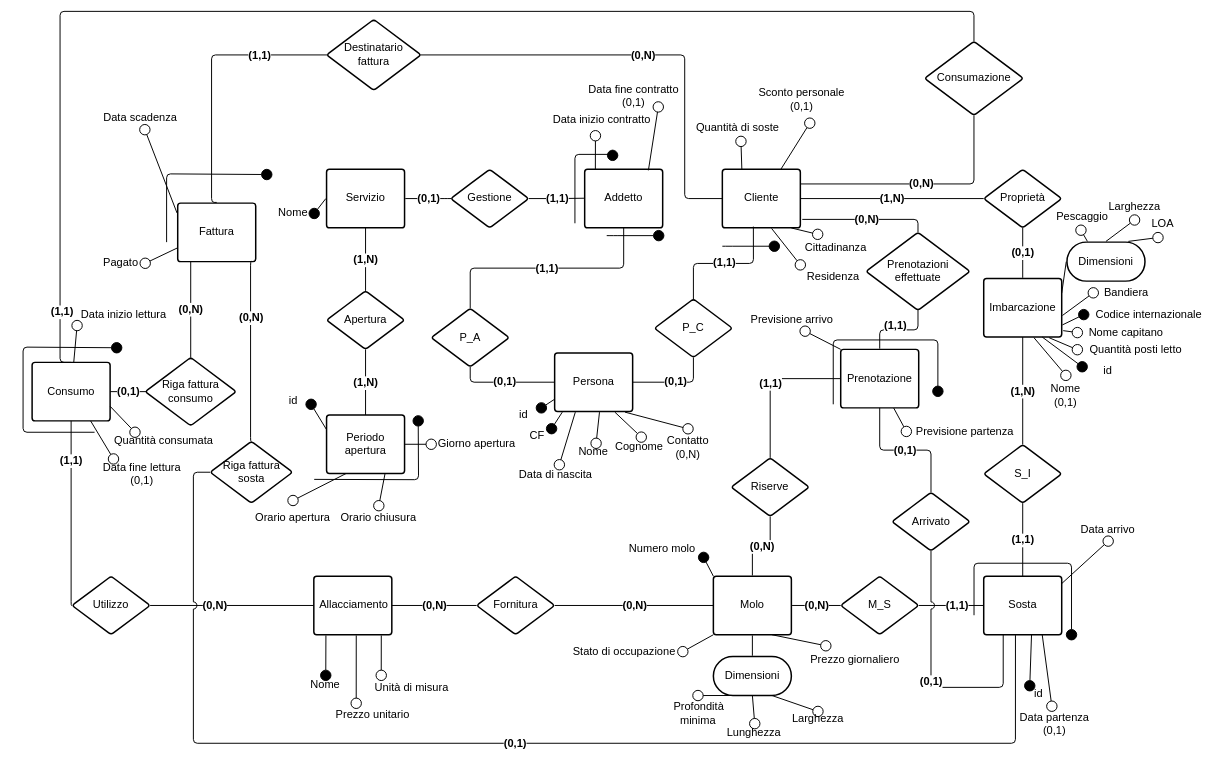
Above: page "Logico" (2 of 3) of src_relazione_tex/img/Er todo test final.drawio in alessandro-massarenti/Progetto-basi-di-dati-2022 (draw.io), before the change. Source tidied: cells renumbered, new cells numbered last; positions are measured from the earlier drawing's top-left corner, leaving out a move shared by most shapes. Both pictures are drawn from the tidied source at 65%, with x=0, y=0 at pixel (23, 11).
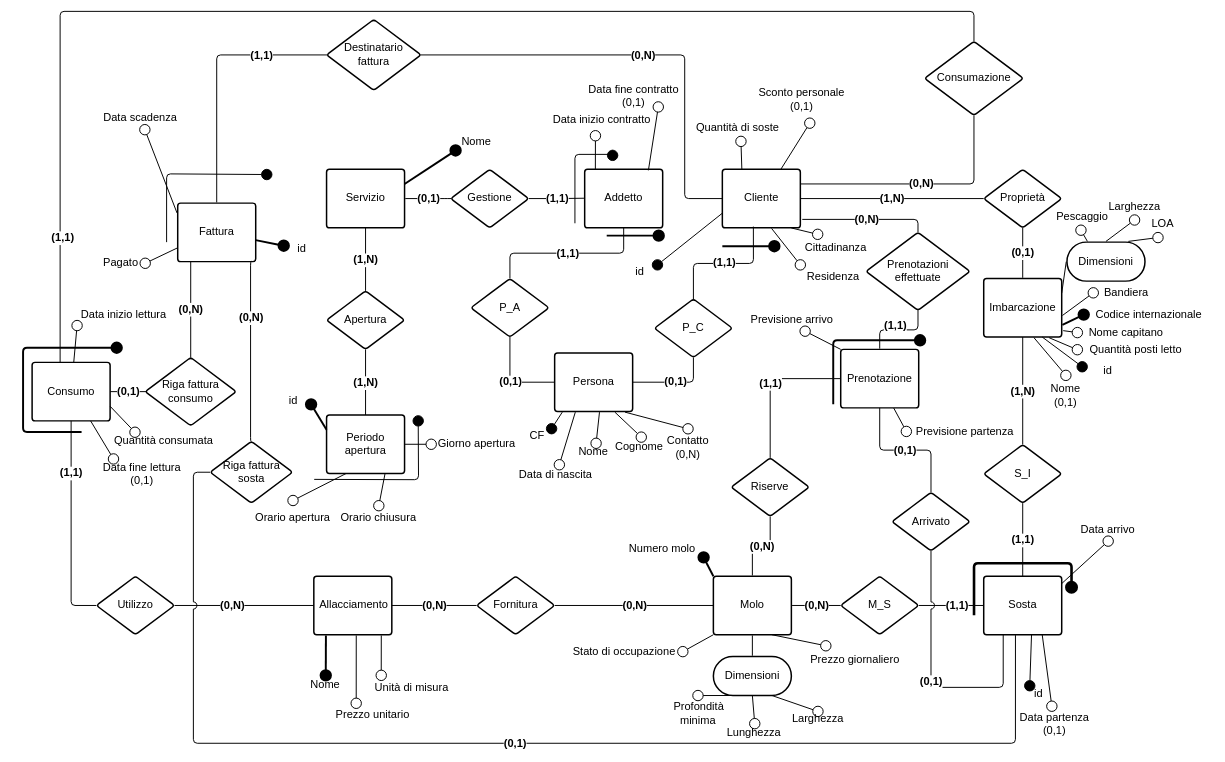
After the change.

Commit message:
Grassettate le chiavi primarie

Unchanged cells that the change refers to:
```xml
<mxCell id="3" value="Codice internazionale" style="html=1;overflow=block;blockSpacing=1;whiteSpace=wrap;fontSize=17;fontColor=#000000;spacing=0;fillColor=none;strokeWidth=1.5;strokeColor=none;verticalAlign=middle;" parent="1" vertex="1">
  <mxGeometry x="1631.8" y="453" width="200" height="27" as="geometry" />
</mxCell>
<mxCell id="9" value="Nome" style="html=1;overflow=block;blockSpacing=1;whiteSpace=wrap;fontSize=17;fontColor=#000000;spacing=0;fillColor=none;strokeWidth=1.5;strokeColor=none;" parent="1" vertex="1">
  <mxGeometry x="433.3" y="1021.5" width="64" height="31" as="geometry" />
</mxCell>
<mxCell id="31" value="Molo" style="html=1;overflow=block;blockSpacing=1;whiteSpace=wrap;fontSize=17;fontColor=#000000;spacing=9;strokeColor=#000000;strokeOpacity=100;rounded=1;absoluteArcSize=1;arcSize=9;strokeWidth=2.3;" parent="1" vertex="1">
  <mxGeometry x="1062" y="869" width="120" height="90" as="geometry" />
</mxCell>
<mxCell id="32" value="Allacciamento" style="html=1;overflow=block;blockSpacing=1;whiteSpace=wrap;fontSize=17;fontColor=#000000;spacing=9;strokeColor=#000000;strokeOpacity=100;rounded=1;absoluteArcSize=1;arcSize=9;strokeWidth=2.3;" parent="1" vertex="1">
  <mxGeometry x="447.3" y="869" width="120" height="90" as="geometry" />
</mxCell>
<mxCell id="33" value="Imbarcazione" style="html=1;overflow=block;blockSpacing=1;whiteSpace=wrap;fontSize=17;fontColor=#000000;spacing=9;strokeColor=#000000;strokeOpacity=100;rounded=1;absoluteArcSize=1;arcSize=9;strokeWidth=2.3;" parent="1" vertex="1">
  <mxGeometry x="1477.9" y="411" width="120" height="90" as="geometry" />
</mxCell>
<mxCell id="34" value="Cliente" style="html=1;overflow=block;blockSpacing=1;whiteSpace=wrap;fontSize=17;fontColor=#000000;spacing=9;strokeColor=#000000;strokeOpacity=100;rounded=1;absoluteArcSize=1;arcSize=9;strokeWidth=2.3;" parent="1" vertex="1">
  <mxGeometry x="1075.8" y="243" width="120" height="90" as="geometry" />
</mxCell>
<mxCell id="36" value="Servizio" style="html=1;overflow=block;blockSpacing=1;whiteSpace=wrap;fontSize=17;fontColor=#000000;spacing=9;strokeColor=#000000;strokeOpacity=100;rounded=1;absoluteArcSize=1;arcSize=9;strokeWidth=2.3;" parent="1" vertex="1">
  <mxGeometry x="466.9" y="243" width="120" height="90" as="geometry" />
</mxCell>
<mxCell id="37" value="Persona" style="html=1;overflow=block;blockSpacing=1;whiteSpace=wrap;fontSize=17;fontColor=#000000;spacing=9;strokeColor=#000000;strokeOpacity=100;rounded=1;absoluteArcSize=1;arcSize=9;strokeWidth=2.3;" parent="1" vertex="1">
  <mxGeometry x="817.8" y="525.5" width="120" height="90" as="geometry" />
</mxCell>
<mxCell id="110" value="Fattura" style="html=1;overflow=block;blockSpacing=1;whiteSpace=wrap;fontSize=17;fontColor=#000000;spacing=9;strokeColor=#000000;strokeOpacity=100;rounded=1;absoluteArcSize=1;arcSize=9;strokeWidth=2.3;" parent="1" vertex="1">
  <mxGeometry x="237.9" y="295" width="120" height="90" as="geometry" />
</mxCell>
<mxCell id="114" value="Destinatario fattura" style="html=1;overflow=block;blockSpacing=1;whiteSpace=wrap;rhombus;fontSize=17;fontColor=#000000;spacing=3.8;strokeColor=#000000;strokeOpacity=100;rounded=1;absoluteArcSize=1;arcSize=9;strokeWidth=2.3;" parent="1" vertex="1">
  <mxGeometry x="466.9" y="12.5" width="145.3" height="109" as="geometry" />
</mxCell>
<mxCell id="119" value="Consumo" style="html=1;overflow=block;blockSpacing=1;whiteSpace=wrap;fontSize=17;fontColor=#000000;spacing=9;strokeColor=#000000;strokeOpacity=100;rounded=1;absoluteArcSize=1;arcSize=9;strokeWidth=2.3;fillColor=none;" parent="1" vertex="1">
  <mxGeometry x="13.9" y="540" width="120" height="90" as="geometry" />
</mxCell>
<mxCell id="123" value="Consumazione" style="html=1;overflow=block;blockSpacing=1;whiteSpace=wrap;rhombus;fontSize=17;fontColor=#000000;spacing=3.8;strokeColor=#000000;strokeOpacity=100;rounded=1;absoluteArcSize=1;arcSize=9;strokeWidth=2.3;" parent="1" vertex="1">
  <mxGeometry x="1386.9" y="46" width="152" height="114" as="geometry" />
</mxCell>
<mxCell id="140" value="Numero molo" style="html=1;overflow=block;blockSpacing=1;whiteSpace=wrap;fontSize=17;fontColor=#000000;spacing=0;fillColor=none;strokeWidth=1.5;strokeColor=none;" parent="1" vertex="1">
  <mxGeometry x="920" y="815" width="127" height="25" as="geometry" />
</mxCell>
<mxCell id="154" value="Periodo apertura" style="html=1;overflow=block;blockSpacing=1;whiteSpace=wrap;fontSize=17;fontColor=#000000;spacing=9;strokeColor=#000000;strokeOpacity=100;rounded=1;absoluteArcSize=1;arcSize=9;strokeWidth=2.3;" parent="1" vertex="1">
  <mxGeometry x="466.9" y="621" width="120" height="90" as="geometry" />
</mxCell>
<mxCell id="188" value="id" style="html=1;overflow=block;blockSpacing=1;whiteSpace=wrap;fontSize=17;fontColor=#000000;spacing=0;fillColor=none;strokeWidth=1.5;strokeColor=none;" parent="1" vertex="1">
  <mxGeometry x="387.6" y="588" width="55.5" height="22" as="geometry" />
</mxCell>
```

Change to the diagram source:
```diff
@@
     <mxCell id="27" value="Nome" style="html=1;overflow=block;blockSpacing=1;whiteSpace=wrap;fontSize=17;fontColor=#000000;spacing=0;fillColor=#ffffff;strokeWidth=1.5;strokeColor=none;" parent="1" vertex="1">
-      <mxGeometry x="382.9" y="297.5" width="65" height="27" as="geometry" />
+      <mxGeometry x="665.4" y="187" width="65" height="27" as="geometry" />
     </mxCell>
@@
-    <mxCell id="46" style="html=1;jettySize=18;whiteSpace=wrap;fontSize=17;strokeColor=#000000;strokeWidth=1.5;rounded=1;arcSize=12;startArrow=none;endArrow=oval;endFill=1;endSize=16;exitX=1.009;exitY=0.793;exitPerimeter=0;entryX=0;entryY=0.5;entryDx=0;entryDy=0;" parent="1" edge="1" source="33" target="3">
+    <mxCell id="46" style="html=1;jettySize=18;whiteSpace=wrap;fontSize=17;strokeColor=#000000;strokeWidth=3;rounded=1;arcSize=12;startArrow=none;endArrow=oval;endFill=1;endSize=16;exitX=1.009;exitY=0.793;exitPerimeter=0;entryX=0;entryY=0.5;entryDx=0;entryDy=0;" parent="1" edge="1" source="33" target="3">
       <mxGeometry relative="1" as="geometry" />
     </mxCell>
@@
-    <mxCell id="74" style="html=1;jettySize=18;whiteSpace=wrap;fontSize=17;strokeColor=#000000;strokeWidth=1.5;rounded=1;arcSize=12;startArrow=none;endArrow=oval;endFill=1;endSize=16;exitX=-0.009;exitY=0.5;exitPerimeter=0;entryX=1;entryY=0.497;entryPerimeter=0;" parent="1" edge="1" source="36" target="27">
+    <mxCell id="74" style="html=1;jettySize=18;whiteSpace=wrap;fontSize=17;strokeColor=#000000;strokeWidth=3;rounded=1;arcSize=12;startArrow=none;endArrow=oval;endFill=1;endSize=16;exitX=1;exitY=0.25;entryX=0;entryY=1;exitDx=0;exitDy=0;entryDx=0;entryDy=0;" parent="1" edge="1" source="36" target="27">
       <mxGeometry relative="1" as="geometry" />
     </mxCell>
@@
-    <mxCell id="86" style="html=1;jettySize=18;whiteSpace=wrap;fontSize=17;strokeColor=#000000;strokeWidth=1.5;rounded=1;arcSize=12;startArrow=none;endArrow=oval;endFill=1;endSize=16;exitX=0.155;exitY=1.012;exitPerimeter=0;entryX=0.506;entryY=0;entryPerimeter=0;" parent="1" edge="1" source="32" target="9">
+    <mxCell id="86" style="html=1;jettySize=18;whiteSpace=wrap;fontSize=17;strokeColor=#000000;strokeWidth=3;rounded=1;arcSize=12;startArrow=none;endArrow=oval;endFill=1;endSize=16;exitX=0.155;exitY=1.012;exitPerimeter=0;entryX=0.506;entryY=0;entryPerimeter=0;" parent="1" edge="1" source="32" target="9">
       <mxGeometry relative="1" as="geometry" />
     </mxCell>
@@
     <mxCell id="115" style="html=1;jettySize=18;whiteSpace=wrap;fontSize=17;strokeColor=#000000;strokeWidth=1.5;rounded=1;arcSize=12;edgeStyle=orthogonalEdgeStyle;startArrow=none;endArrow=none;exitX=0.5;exitY=-0.012;exitPerimeter=0;entryX=0.009;entryY=0.5;entryPerimeter=0;" parent="1" edge="1" source="110" target="114">
       <mxGeometry relative="1" as="geometry">
         <Array as="points">
-          <mxPoint x="290" y="294" />
-          <mxPoint x="290" y="67" />
+          <mxPoint x="298" y="67" />
         </Array>
       </mxGeometry>
     </mxCell>
@@
-    <mxCell id="126" style="html=1;jettySize=18;whiteSpace=wrap;fontSize=17;fontColor=#000000;fontStyle=1;strokeColor=#000000;strokeWidth=1.5;rounded=1;arcSize=12;edgeStyle=orthogonalEdgeStyle;startArrow=none;endArrow=none;exitX=0.5;exitY=0.004;exitPerimeter=0;entryX=0.5;entryY=0;entryDx=0;entryDy=0;" parent="1" edge="1" source="123" target="119">
+    <mxCell id="126" style="html=1;jettySize=18;whiteSpace=wrap;fontSize=17;fontColor=#000000;fontStyle=1;strokeColor=#000000;strokeWidth=1.5;rounded=1;arcSize=12;edgeStyle=orthogonalEdgeStyle;startArrow=none;endArrow=none;exitX=0.5;exitY=0.004;exitPerimeter=0;" parent="1" edge="1" source="123">
       <mxGeometry relative="1" as="geometry">
+        <mxPoint x="57" y="540" as="targetPoint" />
         <Array as="points">
           <mxPoint x="1462.9" />
           <mxPoint x="56.9" />
         </Array>
       </mxGeometry>
     </mxCell>
     <mxCell id="127" value="(1,1)" style="text;html=1;labelBackgroundColor=default;align=center;verticalAlign=middle;fontStyle=1;fontColor=#000000;fontSize=17;" parent="126" vertex="1">
       <mxGeometry relative="1" as="geometry">
-        <mxPoint x="-445" y="462" as="offset" />
+        <mxPoint x="-453" y="348" as="offset" />
       </mxGeometry>
     </mxCell>
@@
     <mxCell id="135" value="Utilizzo" style="html=1;overflow=block;blockSpacing=1;whiteSpace=wrap;rhombus;fontSize=17;fontColor=#000000;spacing=3.8;strokeColor=#000000;strokeOpacity=100;rounded=1;absoluteArcSize=1;arcSize=9;strokeWidth=2.3;" parent="1" vertex="1">
-      <mxGeometry x="75.4" y="869" width="120" height="90" as="geometry" />
+      <mxGeometry x="112.9" y="869" width="120" height="90" as="geometry" />
     </mxCell>
@@
-    <mxCell id="141" style="html=1;jettySize=18;whiteSpace=wrap;fontSize=17;strokeColor=#000000;strokeWidth=1.5;rounded=1;arcSize=12;startArrow=none;endArrow=oval;endFill=1;endSize=16;entryX=1;entryY=1;entryDx=0;entryDy=0;exitX=0;exitY=0;exitDx=0;exitDy=0;" parent="1" edge="1" source="31" target="140">
+    <mxCell id="141" style="html=1;jettySize=18;whiteSpace=wrap;fontSize=17;strokeColor=#000000;strokeWidth=3;rounded=1;arcSize=12;startArrow=none;endArrow=oval;endFill=1;endSize=16;entryX=1;entryY=1;entryDx=0;entryDy=0;exitX=0;exitY=0;exitDx=0;exitDy=0;" parent="1" edge="1" source="31" target="140">
       <mxGeometry relative="1" as="geometry" />
     </mxCell>
-    <mxCell id="142" style="html=1;jettySize=18;whiteSpace=wrap;fontSize=17;strokeColor=#000000;strokeWidth=1.5;rounded=1;arcSize=12;startArrow=none;endArrow=oval;endFill=1;endSize=16;edgeStyle=orthogonalEdgeStyle;" parent="1" edge="1">
+    <mxCell id="142" style="html=1;jettySize=18;whiteSpace=wrap;fontSize=17;strokeColor=#000000;strokeWidth=3;rounded=1;arcSize=12;startArrow=none;endArrow=oval;endFill=1;endSize=16;edgeStyle=orthogonalEdgeStyle;" parent="1" edge="1">
       <mxGeometry relative="1" as="geometry">
         <mxPoint x="1246.4" y="604.5" as="sourcePoint" />
-        <mxPoint x="1407.4" y="584.5" as="targetPoint" />
+        <mxPoint x="1380" y="506" as="targetPoint" />
         <Array as="points">
-          <mxPoint x="1407.4" y="505.5" />
+          <mxPoint x="1246" y="506" />
         </Array>
       </mxGeometry>
     </mxCell>
@@
-    <mxCell id="150" style="html=1;jettySize=18;whiteSpace=wrap;fontSize=17;strokeColor=#000000;strokeWidth=1.5;rounded=1;arcSize=12;edgeStyle=orthogonalEdgeStyle;startArrow=none;endArrow=oval;endFill=1;endSize=16;" parent="1" edge="1">
+    <mxCell id="150" style="html=1;jettySize=18;whiteSpace=wrap;fontSize=17;strokeColor=#000000;strokeWidth=3;rounded=1;arcSize=12;edgeStyle=orthogonalEdgeStyle;startArrow=none;endArrow=oval;endFill=1;endSize=16;" parent="1" edge="1">
       <mxGeometry relative="1" as="geometry">
-        <mxPoint x="110" y="647.5" as="sourcePoint" />
+        <mxPoint x="90" y="647" as="sourcePoint" />
         <mxPoint x="144" y="517.5" as="targetPoint" />
         <Array as="points">
-          <mxPoint x="110" y="647.5" />
-          <mxPoint y="647.5" />
-          <mxPoint y="516.5" />
-          <mxPoint x="144" y="516.5" />
+          <mxPoint y="647" />
+          <mxPoint y="517" />
         </Array>
       </mxGeometry>
     </mxCell>
-    <mxCell id="151" style="html=1;jettySize=18;whiteSpace=wrap;fontSize=17;strokeColor=#000000;strokeWidth=1.5;rounded=1;arcSize=12;startArrow=none;endArrow=oval;endFill=1;endSize=16;edgeStyle=orthogonalEdgeStyle;" parent="1" edge="1">
+    <mxCell id="151" style="html=1;jettySize=18;whiteSpace=wrap;fontSize=17;strokeColor=#000000;strokeWidth=4;rounded=1;arcSize=12;startArrow=none;endArrow=oval;endFill=1;endSize=16;edgeStyle=orthogonalEdgeStyle;shadow=0;" parent="1" edge="1">
       <mxGeometry relative="1" as="geometry">
         <mxPoint x="1463" y="929" as="sourcePoint" />
-        <mxPoint x="1613" y="959" as="targetPoint" />
+        <mxPoint x="1613" y="886" as="targetPoint" />
         <Array as="points">
           <mxPoint x="1613" y="849" />
         </Array>
       </mxGeometry>
     </mxCell>
@@
     <mxCell id="171" value="P_A" style="html=1;overflow=block;blockSpacing=1;whiteSpace=wrap;rhombus;fontSize=17;fontColor=#000000;spacing=3.8;strokeColor=#000000;strokeOpacity=100;rounded=1;absoluteArcSize=1;arcSize=9;strokeWidth=2.3;" parent="1" vertex="1">
-      <mxGeometry x="627.9" y="457" width="120" height="90" as="geometry" />
+      <mxGeometry x="689" y="411" width="120" height="90" as="geometry" />
     </mxCell>
@@
-    <mxCell id="183" style="html=1;jettySize=18;whiteSpace=wrap;fontSize=17;strokeColor=#000000;strokeWidth=1.5;rounded=1;arcSize=12;startArrow=none;endArrow=oval;endFill=1;endSize=16;exitX=0.002;exitY=0.789;exitPerimeter=0;entryX=1;entryY=0;exitDx=0;exitDy=0;entryDx=0;entryDy=0;" parent="1" edge="1" source="37" target="184">
+    <mxCell id="183" style="html=1;jettySize=18;whiteSpace=wrap;fontSize=17;strokeColor=#000000;strokeWidth=1.5;rounded=1;arcSize=12;startArrow=none;endArrow=oval;endFill=1;endSize=16;exitX=0;exitY=0.75;entryX=1;entryY=0;exitDx=0;exitDy=0;entryDx=0;entryDy=0;" parent="1" edge="1" source="34" target="184">
       <mxGeometry relative="1" as="geometry" />
     </mxCell>
     <mxCell id="184" value="id" style="html=1;overflow=block;blockSpacing=1;whiteSpace=wrap;fontSize=17;fontColor=#000000;spacing=0;fillColor=none;strokeWidth=1.5;strokeColor=none;" parent="1" vertex="1">
-      <mxGeometry x="741.9" y="610" width="55.5" height="22" as="geometry" />
+      <mxGeometry x="920.5" y="390" width="55.5" height="22" as="geometry" />
     </mxCell>
-    <mxCell id="185" style="html=1;jettySize=18;whiteSpace=wrap;fontSize=17;strokeColor=#000000;strokeWidth=1.5;rounded=1;arcSize=12;edgeStyle=orthogonalEdgeStyle;startArrow=none;endArrow=oval;endFill=1;endSize=16;" parent="1" edge="1">
+    <mxCell id="185" style="html=1;jettySize=18;whiteSpace=wrap;fontSize=17;strokeColor=#000000;strokeWidth=3;rounded=1;arcSize=12;edgeStyle=orthogonalEdgeStyle;startArrow=none;endArrow=oval;endFill=1;endSize=16;" parent="1" edge="1">
       <mxGeometry relative="1" as="geometry">
         <mxPoint x="897.9" y="345" as="sourcePoint" />
         <mxPoint x="977.9" y="345" as="targetPoint" />
         <Array as="points">
           <mxPoint x="907.9" y="345" />
           <mxPoint x="907.9" y="345" />
         </Array>
       </mxGeometry>
     </mxCell>
-    <mxCell id="186" style="html=1;jettySize=18;whiteSpace=wrap;fontSize=17;strokeColor=#000000;strokeWidth=1.5;rounded=1;arcSize=12;edgeStyle=orthogonalEdgeStyle;startArrow=none;endArrow=oval;endFill=1;endSize=16;" parent="1" edge="1">
+    <mxCell id="186" style="html=1;jettySize=18;whiteSpace=wrap;fontSize=17;strokeColor=#000000;strokeWidth=3;rounded=1;arcSize=12;edgeStyle=orthogonalEdgeStyle;startArrow=none;endArrow=oval;endFill=1;endSize=16;" parent="1" edge="1">
       <mxGeometry relative="1" as="geometry">
         <mxPoint x="1075.8" y="361.3" as="sourcePoint" />
         <mxPoint x="1155.8" y="361.3" as="targetPoint" />
         <Array as="points">
           <mxPoint x="1085.8" y="361.3" />
           <mxPoint x="1085.8" y="361.3" />
         </Array>
       </mxGeometry>
     </mxCell>
-    <mxCell id="187" style="html=1;jettySize=18;whiteSpace=wrap;fontSize=17;strokeColor=#000000;strokeWidth=1.5;rounded=1;arcSize=12;startArrow=none;endArrow=oval;endFill=1;endSize=16;exitX=0;exitY=0.25;exitDx=0;exitDy=0;entryX=1;entryY=0.75;entryDx=0;entryDy=0;" parent="1" edge="1" source="154" target="188">
+    <mxCell id="187" style="html=1;jettySize=18;whiteSpace=wrap;fontSize=17;strokeColor=#000000;strokeWidth=3;rounded=1;arcSize=12;startArrow=none;endArrow=oval;endFill=1;endSize=16;exitX=0;exitY=0.25;exitDx=0;exitDy=0;entryX=1;entryY=0.75;entryDx=0;entryDy=0;" parent="1" edge="1" source="154" target="188">
       <mxGeometry relative="1" as="geometry" />
     </mxCell>
@@
+    <mxCell id="196" style="html=1;jettySize=18;whiteSpace=wrap;fontSize=17;strokeColor=#000000;strokeWidth=3;rounded=1;arcSize=12;startArrow=none;endArrow=oval;endFill=1;endSize=16;entryX=0;entryY=0.25;entryDx=0;entryDy=0;" parent="1" edge="1" source="110" target="197">
+      <mxGeometry relative="1" as="geometry" />
+    </mxCell>
+    <mxCell id="197" value="id" style="html=1;overflow=block;blockSpacing=1;whiteSpace=wrap;fontSize=17;fontColor=#000000;spacing=0;fillColor=none;strokeWidth=1.5;strokeColor=none;" parent="1" vertex="1">
+      <mxGeometry x="401" y="355" width="55.5" height="22" as="geometry" />
+    </mxCell>
```
